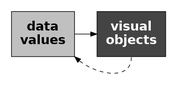
pmur002/hdvw keeps this Graphviz diagram as Diagrams/data-obj-decode.png. Above is the earlier version. Its source is kept beside it as Diagrams/data-obj-decode.dot. Its diagram source:
```dot
digraph {
  graph [ rankdir=LR; margin=.2; nodesep=.5 ];
  node [ fontsize=20; fontname="sans bold"; margin=.2 ];
  data [ label="data\nvalues"; shape=box; style=filled; fillcolor=gray ]
  obj [ label="visual\nobjects"; shape=box;
        style=filled; fillcolor="#444444"; fontcolor=white ]
  data -> obj
  obj:s -> data:se [ style="dashed" ]
}
```
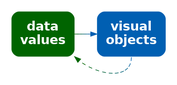
After the commit.

Change to the diagram source:
```diff
@@ -1,9 +1,9 @@
 digraph {
   graph [ rankdir=LR; margin=.2; nodesep=.5 ];
   node [ fontsize=20; fontname="sans bold"; margin=.2 ];
-  data [ label="data\nvalues"; shape=box; style=filled; fillcolor=gray ]
+  data [ label="data\nvalues"; shape=box; style="filled, rounded"; penwidth=0; fontcolor=white; fillcolor="#006400" ]
   obj [ label="visual\nobjects"; shape=box;
-        style=filled; fillcolor="#444444"; fontcolor=white ]
-  data -> obj
-  obj:s -> data:se [ style="dashed" ]
+     style="filled, rounded"; penwidth=0; fontcolor=white; fillcolor="#005FB2" ]
+  data -> obj [ color="#006400;0.1:#006314;0.1:#006328;0.1:#00623B;0.1:#00624F;0.1:#006163;0.1:#006177;0.1:#00608A;0.1:#00609E;0.1:#005FB2;0.1" ]
+  obj:s -> data:se [ style="dashed", color="#005FB2;0.1:#00609E;0.1:#00608A;0.1:#006177;0.1:#006163;0.1:#00624F;0.1:#00623B;0.1:#006328;0.1:#006314;0.1:#006400;0.1" ]
 }
```
